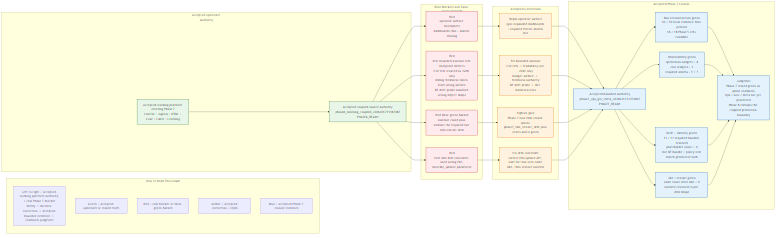
The Mermaid diagram docs/design/platform/dev_full/graph/readiness/dev_full_ops_gov_readiness_delta_current_v0.mermaid.png in EsosaOrumwese/fraud-detection-system, before a commit. Its source is kept beside it as docs/design/platform/dev_full/graph/readiness/dev_full_ops_gov_readiness_delta_current_v0.mermaid.mmd.
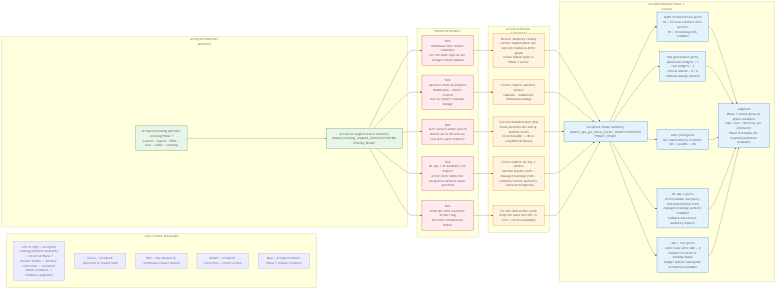
After the commit.

Commit message:
Rebuild Phase 7 ops governance proof

What changed in the source:
```diff
@@ -6,11 +6,11 @@
 flowchart LR
 
   subgraph LEGEND["How to Read This Graph"]
-    L1["Left to right = accepted working-platform authority -> real Phase 7 blocker family -> decisive correction -> accepted bounded evidence -> readiness judgment"]
+    L1["Left to right = accepted working-platform authority -> restarted Phase 7 blocker family -> decisive correction -> accepted rebuilt evidence -> readiness judgment"]
     L2["Green = accepted upstream or closed truth"]
-    L3["Red = real blocker or false-green hazard"]
-    L4["Amber = accepted correction / repin"]
-    L5["Blue = accepted Phase 7 closure evidence"]
+    L3["Red = real blocker or withdrawn closure hazard"]
+    L4["Amber = accepted correction / restart action"]
+    L5["Blue = accepted rebuilt Phase 7 closure evidence"]
   end
 
   subgraph UPSTREAM["Accepted Upstream Authority"]
@@ -18,27 +18,30 @@
     U2["Accepted coupled source authority<br>phase6_learning_coupled_20260312T194748Z<br>PHASE6_READY"]
   end
 
-  subgraph DEFECTS["Real Blockers and False-Green Hazards"]
-    D1["Red<br>operator surface incomplete<br>dashboards thin + alarms missing"]
-    D2["Red<br>first bounded assessor still had proof defects<br>CSV refs treated as JSON-only<br>billing freshness taken from wrong surface<br>DF drift probe assumed wrong object shape"]
-    D3["Red false-green hazard<br>assessor could pass without the required live idle/restart drill"]
-    D4["Red<br>first idle drill controller used wrong EKS describe_update parameter"]
+  subgraph REDS["Restarted Blockers"]
+    D1["Red<br>withdrawn first closure candidate<br>not the same rigor as the stronger earlier phases"]
+    D2["Red<br>operator chain incomplete<br>dashboards + alarms existed<br>but no explicit runbook linkage"]
+    D3["Red<br>alert surface under-proven<br>alarms sat in OK with no real alert-path evidence"]
+    D4["Red<br>ML day-2 actionability too implicit<br>active truth visible but mitigation surfaces under-specified"]
+    D5["Red<br>fresh idle drill controller artifact bug<br>datetime serialization failure"]
   end
 
-  subgraph FIXES["Accepted Corrections"]
-    F1["Repin operator surface<br>sync expanded dashboards + required metric alarms live"]
-    F2["Fix bounded assessor<br>CSV refs -> readability not JSON-only<br>budget surface -> freshness authority<br>DF drift probe -> dict-backed access"]
-    F3["Tighten gate<br>Phase 7 now fails closed unless phase7_idle_restart_drill.json exists and is green"]
-    F4["Fix drill controller<br>correct EKS update API, wait for true zero-node idle, then restore runtime"]
+  subgraph FIXES["Accepted Restart Corrections"]
+    F1["Restart authority cleanly<br>remove rushed phase doc and old readiness-delta graph<br>return master plan to Phase 7 active"]
+    F2["Create explicit operator surface<br>runbook + dashboard markdown linkage"]
+    F3["Execute bounded alert drill<br>fraud-platform-dev-full-ig-lambda-errors<br>record ALARM -> OK in CloudWatch history"]
+    F4["Create explicit ML day-2 surface<br>runtime bundle truth + managed learning truth + rollback/restore authority + allowed mitigations"]
+    F5["Fix idle-drill artifact path<br>keep the same live idle-to-zero / restore boundary"]
   end
 
-  subgraph CLOSURE["Accepted Phase 7 Closure"]
-    C1["Accepted bounded authority<br>phase7_ops_gov_meta_20260312T235900Z<br>PHASE7_READY"]
-    C2["Run reconstruction green<br>10 / 10 local evidence files present<br>18 / 18 Phase 5 refs readable"]
-    C3["Observability green<br>operations widgets = 4<br>cost widgets = 3<br>required alarms = 5 / 5"]
-    C4["Drift + identity green<br>11 / 11 required handles resolved<br>placeholder count = 0<br>live DF bundle / policy still match promoted truth"]
-    C5["Idle / restart green<br>node count after idle = 0<br>runtime restored to pre-drill shape"]
-    C6["Judgment<br>Phase 7 closed green as plane readiness<br>Ops / Gov / Meta not yet promoted<br>Phase 8 remains the coupled promotion boundary"]
+  subgraph CLOSURE["Accepted Rebuilt Phase 7 Closure"]
+    C1["Accepted rebuilt authority<br>phase7_ops_gov_meta_restart_20260313T002459Z<br>PHASE7_READY"]
+    C2["Audit reconstruction green<br>10 / 10 local evidence files present<br>18 / 18 learning refs readable"]
+    C3["Ops governance green<br>operations widgets = 5<br>cost widgets = 3<br>critical alarms = 6 / 6<br>runbook linkage present"]
+    C4["Alert path green<br>live alarm history recorded OK -> ALARM -> OK"]
+    C5["ML day-2 green<br>active bundle and policy match promoted truth<br>managed learning surfaces readable<br>rollback and restore authority explicit"]
+    C6["Idle / cost green<br>node count after idle = 0<br>runtime restored to working shape<br>budget surface and spend attribution readable"]
+    C7["Judgment<br>Phase 7 closed green as plane readiness<br>Ops / Gov / Meta not yet promoted<br>Phase 8 remains the coupled promotion boundary"]
   end
 
   U1 --> U2
@@ -46,22 +49,27 @@
   U2 --> D2
   U2 --> D3
   U2 --> D4
+  U2 --> D5
   D1 --> F1
   D2 --> F2
   D3 --> F3
   D4 --> F4
+  D5 --> F5
   F1 --> C1
   F2 --> C1
   F3 --> C1
   F4 --> C1
+  F5 --> C1
   C1 --> C2
   C1 --> C3
   C1 --> C4
   C1 --> C5
-  C2 --> C6
-  C3 --> C6
-  C4 --> C6
-  C5 --> C6
+  C1 --> C6
+  C2 --> C7
+  C3 --> C7
+  C4 --> C7
+  C5 --> C7
+  C6 --> C7
 
   classDef up fill:#e8f5e9,stroke:#2e7d32,color:#111,stroke-width:1.3px;
   classDef defect fill:#ffebee,stroke:#c62828,color:#111,stroke-width:1.3px;
@@ -69,6 +77,6 @@
   classDef close fill:#e3f2fd,stroke:#1565c0,color:#111,stroke-width:1.3px;
 
   class U1,U2 up;
-  class D1,D2,D3,D4 defect;
-  class F1,F2,F3,F4 fix;
-  class C1,C2,C3,C4,C5,C6 close;
+  class D1,D2,D3,D4,D5 defect;
+  class F1,F2,F3,F4,F5 fix;
+  class C1,C2,C3,C4,C5,C6,C7 close;
```
